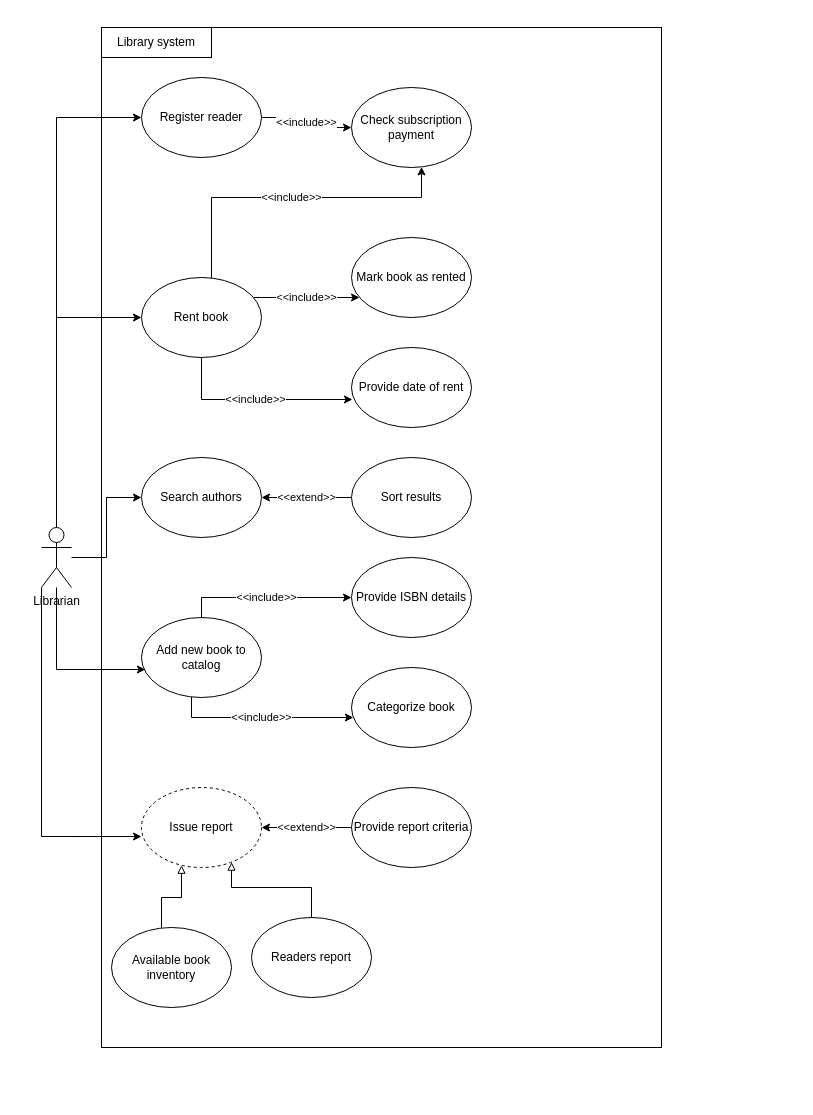
Earlier version of the draw.io diagram lab-01/hss-lab-01.drawio (ivanchuchulski/highly-secure-software). Source tidied: cells renumbered, new cells numbered last; positions are measured from the earlier drawing's top-left corner, leaving out a move shared by most shapes. Both pictures are drawn from the tidied source at 100%, with x=0, y=0 at pixel (41, 27).
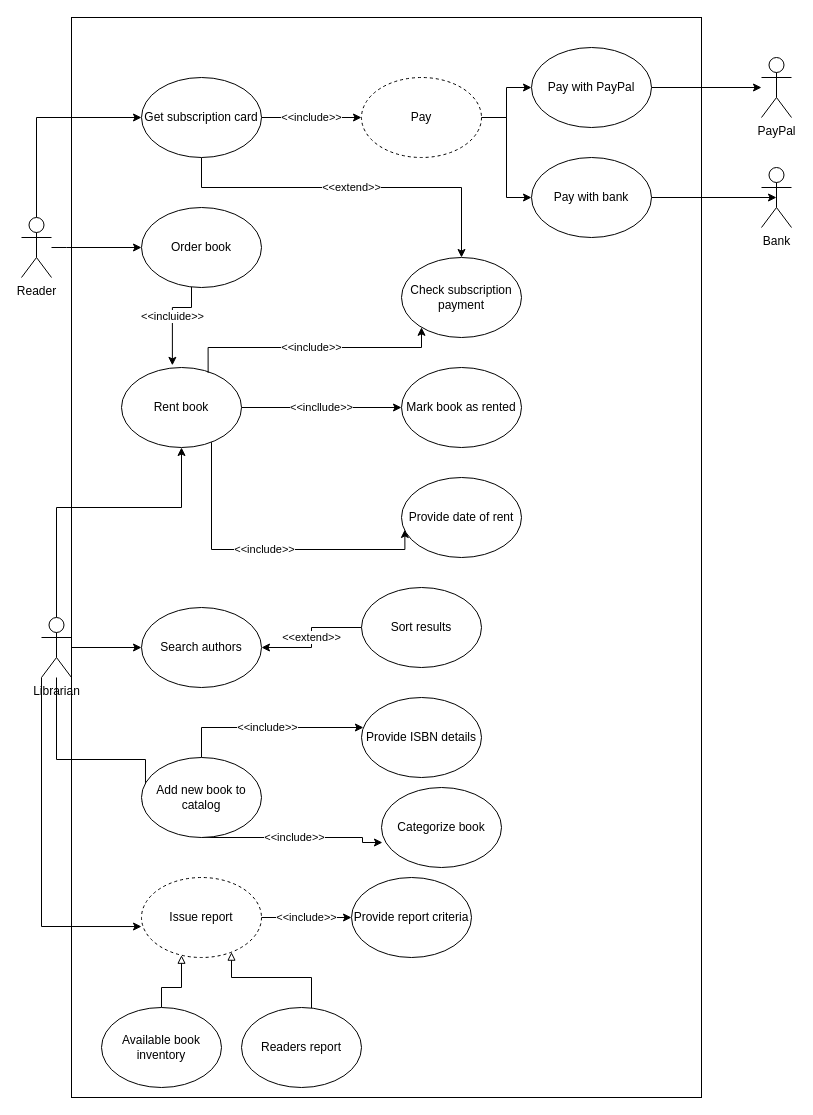
Above is the later version.

Commit message:
lab-01-improve use case diagram

add reader actor and his actions

The edit, as a diff of the source:
```diff
@@
-    <mxCell id="2" style="rounded=0;whiteSpace=wrap;html=1;" parent="1" vertex="1">
-      <mxGeometry x="60" width="560" height="1020" as="geometry" />
-    </mxCell>
+    <mxCell id="34" style="rounded=0;whiteSpace=wrap;html=1;strokeColor=default;" parent="1" vertex="1">
+      <mxGeometry x="30" y="-10" width="630" height="1080" as="geometry" />
+    </mxCell>
-    <mxCell id="3" value="&amp;lt;&amp;lt;include&amp;gt;&amp;gt;" style="edgeStyle=orthogonalEdgeStyle;rounded=0;jettySize=auto;html=1;" parent="1" edge="1" source="6" target="22">
-      <mxGeometry relative="1" as="geometry">
-        <Array as="points">
-          <mxPoint x="240" y="270" />
-          <mxPoint x="240" y="270" />
-        </Array>
-      </mxGeometry>
+    <mxCell id="3" value="&amp;lt;&amp;lt;incllude&amp;gt;&amp;gt;" style="edgeStyle=orthogonalEdgeStyle;rounded=0;jettySize=auto;html=1;endArrow=classic;endFill=1;" parent="1" edge="1" source="6" target="22">
+      <mxGeometry relative="1" as="geometry" />
     </mxCell>
-    <mxCell id="4" value="&amp;lt;&amp;lt;include&amp;gt;&amp;gt;" style="edgeStyle=orthogonalEdgeStyle;rounded=0;jettySize=auto;html=1;" parent="1" edge="1" source="6" target="28">
-      <mxGeometry relative="1" as="geometry">
-        <Array as="points">
-          <mxPoint x="170" y="170" />
-          <mxPoint x="380" y="170" />
-        </Array>
-      </mxGeometry>
-    </mxCell>
-    <mxCell id="5" value="&amp;lt;&amp;lt;include&amp;gt;&amp;gt;" style="edgeStyle=orthogonalEdgeStyle;rounded=0;jettySize=auto;html=1;entryX=0.008;entryY=0.65;entryDx=0;entryDy=0;entryPerimeter=0;" parent="1" edge="1" source="6" target="29">
+    <mxCell id="5" value="&amp;lt;&amp;lt;include&amp;gt;&amp;gt;" style="edgeStyle=orthogonalEdgeStyle;rounded=0;jettySize=auto;html=1;entryX=0.028;entryY=0.65;entryDx=0;entryDy=0;entryPerimeter=0;endArrow=classic;endFill=1;" parent="1" edge="1" source="6" target="29">
       <mxGeometry relative="1" as="geometry">
         <Array as="points">
-          <mxPoint x="160" y="372" />
+          <mxPoint x="170" y="522" />
         </Array>
       </mxGeometry>
     </mxCell>
     <mxCell id="6" value="Rent book" style="ellipse;whiteSpace=wrap;html=1;" parent="1" vertex="1">
-      <mxGeometry x="100" y="250" width="120" height="80" as="geometry" />
+      <mxGeometry x="80" y="340" width="120" height="80" as="geometry" />
     </mxCell>
-    <mxCell id="7" value="&amp;lt;&amp;lt;include&amp;gt;&amp;gt;" style="edgeStyle=orthogonalEdgeStyle;rounded=0;jettySize=auto;html=1;" parent="1" edge="1" source="8" target="28">
-      <mxGeometry relative="1" as="geometry" />
+    <mxCell id="7" value="&amp;lt;&amp;lt;include&amp;gt;&amp;gt;" style="edgeStyle=orthogonalEdgeStyle;rounded=0;jettySize=auto;html=1;exitX=0.722;exitY=0.067;exitDx=0;exitDy=0;exitPerimeter=0;" parent="1" edge="1" source="6" target="28">
+      <mxGeometry relative="1" as="geometry">
+        <Array as="points">
+          <mxPoint x="167" y="320" />
+          <mxPoint x="380" y="320" />
+        </Array>
+      </mxGeometry>
     </mxCell>
-    <mxCell id="8" value="Register reader" style="ellipse;whiteSpace=wrap;html=1;" parent="1" vertex="1">
-      <mxGeometry x="100" y="50" width="120" height="80" as="geometry" />
-    </mxCell>
-    <mxCell id="9" style="edgeStyle=orthogonalEdgeStyle;rounded=0;jettySize=auto;html=1;endArrow=classic;endFill=1;entryX=0;entryY=0.5;entryDx=0;entryDy=0;" parent="1" edge="1" source="14" target="8">
-      <mxGeometry relative="1" as="geometry">
-        <Array as="points">
-          <mxPoint x="15" y="90" />
-        </Array>
-      </mxGeometry>
-    </mxCell>
     <mxCell id="10" style="edgeStyle=orthogonalEdgeStyle;rounded=0;jettySize=auto;html=1;endArrow=classic;endFill=1;" parent="1" edge="1" source="14" target="6">
       <mxGeometry relative="1" as="geometry">
         <Array as="points">
-          <mxPoint x="15" y="290" />
+          <mxPoint x="15" y="480" />
         </Array>
       </mxGeometry>
     </mxCell>
@@
     <mxCell id="12" style="edgeStyle=orthogonalEdgeStyle;rounded=0;jettySize=auto;html=1;entryX=0.033;entryY=0.65;entryDx=0;entryDy=0;entryPerimeter=0;endArrow=classic;endFill=1;" parent="1" edge="1" source="14" target="21">
       <mxGeometry relative="1" as="geometry">
         <Array as="points">
-          <mxPoint x="15" y="642" />
+          <mxPoint x="15" y="732" />
         </Array>
       </mxGeometry>
     </mxCell>
     <mxCell id="13" style="edgeStyle=orthogonalEdgeStyle;rounded=0;jettySize=auto;html=1;entryX=0;entryY=0.613;entryDx=0;entryDy=0;entryPerimeter=0;endArrow=classic;endFill=1;" parent="1" edge="1" source="14" target="17">
       <mxGeometry relative="1" as="geometry">
         <Array as="points">
-          <mxPoint y="809" />
+          <mxPoint y="899" />
         </Array>
       </mxGeometry>
     </mxCell>
     <mxCell id="14" value="Librarian" style="shape=umlActor;verticalLabelPosition=bottom;verticalAlign=top;html=1;outlineConnect=0;" parent="1" vertex="1">
-      <mxGeometry y="500" width="30" height="60" as="geometry" />
+      <mxGeometry y="590" width="30" height="60" as="geometry" />
     </mxCell>
-    <mxCell id="15" value="&amp;lt;&amp;lt;extend&amp;gt;&amp;gt;" style="edgeStyle=orthogonalEdgeStyle;rounded=0;jettySize=auto;html=1;exitX=0;exitY=0.5;exitDx=0;exitDy=0;" parent="1" edge="1" source="18" target="17">
+    <mxCell id="15" value="&amp;lt;&amp;lt;include&amp;gt;&amp;gt;" style="edgeStyle=orthogonalEdgeStyle;rounded=0;jettySize=auto;html=1;entryX=0;entryY=0.5;entryDx=0;entryDy=0;" parent="1" edge="1" source="17" target="18">
       <mxGeometry relative="1" as="geometry" />
     </mxCell>
     <mxCell id="16" style="edgeStyle=orthogonalEdgeStyle;rounded=0;jettySize=auto;html=1;endArrow=block;endFill=0;" parent="1" edge="1" source="32" target="17">
       <mxGeometry relative="1" as="geometry">
         <Array as="points">
-          <mxPoint x="270" y="860" />
-          <mxPoint x="190" y="860" />
+          <mxPoint x="270" y="950" />
+          <mxPoint x="190" y="950" />
         </Array>
       </mxGeometry>
     </mxCell>
     <mxCell id="17" value="Issue report" style="ellipse;whiteSpace=wrap;html=1;dashed=1;" parent="1" vertex="1">
-      <mxGeometry x="100" y="760" width="120" height="80" as="geometry" />
+      <mxGeometry x="100" y="850" width="120" height="80" as="geometry" />
     </mxCell>
     <mxCell id="18" value="Provide report criteria" style="ellipse;whiteSpace=wrap;html=1;" parent="1" vertex="1">
-      <mxGeometry x="310" y="760" width="120" height="80" as="geometry" />
+      <mxGeometry x="310" y="850" width="120" height="80" as="geometry" />
     </mxCell>
     <mxCell id="19" value="&amp;lt;&amp;lt;include&amp;gt;&amp;gt;" style="edgeStyle=orthogonalEdgeStyle;rounded=0;jettySize=auto;html=1;" parent="1" edge="1" source="21" target="23">
       <mxGeometry relative="1" as="geometry">
         <Array as="points">
-          <mxPoint x="160" y="570" />
+          <mxPoint x="160" y="700" />
         </Array>
       </mxGeometry>
     </mxCell>
-    <mxCell id="20" value="&amp;lt;&amp;lt;include&amp;gt;&amp;gt;" style="edgeStyle=orthogonalEdgeStyle;rounded=0;jettySize=auto;html=1;" parent="1" edge="1" source="21" target="24">
+    <mxCell id="20" value="&amp;lt;&amp;lt;include&amp;gt;&amp;gt;" style="edgeStyle=orthogonalEdgeStyle;rounded=0;jettySize=auto;html=1;entryX=0.008;entryY=0.688;entryDx=0;entryDy=0;entryPerimeter=0;" parent="1" edge="1" source="21" target="24">
       <mxGeometry relative="1" as="geometry">
         <Array as="points">
-          <mxPoint x="150" y="690" />
+          <mxPoint x="321" y="810" />
         </Array>
       </mxGeometry>
     </mxCell>
     <mxCell id="21" value="Add new book to catalog" style="ellipse;whiteSpace=wrap;html=1;" parent="1" vertex="1">
-      <mxGeometry x="100" y="590" width="120" height="80" as="geometry" />
+      <mxGeometry x="100" y="730" width="120" height="80" as="geometry" />
     </mxCell>
     <mxCell id="22" value="Mark book as rented" style="ellipse;whiteSpace=wrap;html=1;" parent="1" vertex="1">
-      <mxGeometry x="310" y="210" width="120" height="80" as="geometry" />
+      <mxGeometry x="360" y="340" width="120" height="80" as="geometry" />
     </mxCell>
     <mxCell id="23" value="Provide ISBN details" style="ellipse;whiteSpace=wrap;html=1;" parent="1" vertex="1">
-      <mxGeometry x="310" y="530" width="120" height="80" as="geometry" />
+      <mxGeometry x="320" y="670" width="120" height="80" as="geometry" />
     </mxCell>
     <mxCell id="24" value="Categorize book" style="ellipse;whiteSpace=wrap;html=1;" parent="1" vertex="1">
-      <mxGeometry x="310" y="640" width="120" height="80" as="geometry" />
+      <mxGeometry x="340" y="760" width="120" height="80" as="geometry" />
     </mxCell>
@@
     <mxCell id="26" value="Search authors" style="ellipse;whiteSpace=wrap;html=1;" parent="1" vertex="1">
-      <mxGeometry x="100" y="430" width="120" height="80" as="geometry" />
+      <mxGeometry x="100" y="580" width="120" height="80" as="geometry" />
     </mxCell>
     <mxCell id="27" value="Sort results" style="ellipse;whiteSpace=wrap;html=1;" parent="1" vertex="1">
-      <mxGeometry x="310" y="430" width="120" height="80" as="geometry" />
+      <mxGeometry x="320" y="560" width="120" height="80" as="geometry" />
     </mxCell>
+    <mxCell id="35" value="&amp;lt;&amp;lt;extend&amp;gt;&amp;gt;" style="edgeStyle=orthogonalEdgeStyle;rounded=0;jettySize=auto;html=1;endArrow=classic;endFill=1;exitX=0.5;exitY=1;exitDx=0;exitDy=0;" parent="1" edge="1" source="40" target="28">
+      <mxGeometry relative="1" as="geometry">
+        <Array as="points">
+          <mxPoint x="160" y="160" />
+          <mxPoint x="420" y="160" />
+        </Array>
+      </mxGeometry>
+    </mxCell>
     <mxCell id="28" value="Check subscription payment" style="ellipse;whiteSpace=wrap;html=1;" parent="1" vertex="1">
-      <mxGeometry x="310" y="60" width="120" height="80" as="geometry" />
+      <mxGeometry x="360" y="230" width="120" height="80" as="geometry" />
     </mxCell>
     <mxCell id="29" value="Provide date of rent" style="ellipse;whiteSpace=wrap;html=1;" parent="1" vertex="1">
-      <mxGeometry x="310" y="320" width="120" height="80" as="geometry" />
+      <mxGeometry x="360" y="450" width="120" height="80" as="geometry" />
     </mxCell>
     <mxCell id="30" style="edgeStyle=orthogonalEdgeStyle;rounded=0;jettySize=auto;html=1;endArrow=block;endFill=0;" parent="1" edge="1" source="31" target="17">
       <mxGeometry relative="1" as="geometry">
         <Array as="points">
-          <mxPoint x="120" y="870" />
-          <mxPoint x="140" y="870" />
+          <mxPoint x="120" y="960" />
+          <mxPoint x="140" y="960" />
         </Array>
       </mxGeometry>
     </mxCell>
     <mxCell id="31" value="Available book inventory" style="ellipse;whiteSpace=wrap;html=1;" parent="1" vertex="1">
-      <mxGeometry x="70" y="900" width="120" height="80" as="geometry" />
+      <mxGeometry x="60" y="980" width="120" height="80" as="geometry" />
     </mxCell>
     <mxCell id="32" value="Readers report" style="ellipse;whiteSpace=wrap;html=1;" parent="1" vertex="1">
-      <mxGeometry x="210" y="890" width="120" height="80" as="geometry" />
+      <mxGeometry x="200" y="980" width="120" height="80" as="geometry" />
     </mxCell>
-    <mxCell id="33" value="Library system" style="text;html=1;strokeColor=default;fillColor=none;align=center;verticalAlign=middle;whiteSpace=wrap;rounded=0;" parent="1" vertex="1">
-      <mxGeometry x="60" width="110" height="30" as="geometry" />
-    </mxCell>
+    <mxCell id="36" style="edgeStyle=orthogonalEdgeStyle;rounded=0;jettySize=auto;html=1;entryX=0;entryY=0.5;entryDx=0;entryDy=0;endArrow=classic;endFill=1;" parent="1" edge="1" source="38" target="40">
+      <mxGeometry relative="1" as="geometry">
+        <Array as="points">
+          <mxPoint x="-5" y="90" />
+        </Array>
+      </mxGeometry>
+    </mxCell>
+    <mxCell id="37" style="edgeStyle=orthogonalEdgeStyle;rounded=0;jettySize=auto;html=1;endArrow=classic;endFill=1;" parent="1" edge="1" source="38" target="51">
+      <mxGeometry relative="1" as="geometry">
+        <Array as="points">
+          <mxPoint x="25" y="220" />
+        </Array>
+      </mxGeometry>
+    </mxCell>
+    <mxCell id="38" value="Reader" style="shape=umlActor;verticalLabelPosition=bottom;verticalAlign=top;html=1;outlineConnect=0;" parent="1" vertex="1">
+      <mxGeometry x="-20" y="190" width="30" height="60" as="geometry" />
+    </mxCell>
+    <mxCell id="39" value="&amp;lt;&amp;lt;include&amp;gt;&amp;gt;" style="edgeStyle=orthogonalEdgeStyle;rounded=0;jettySize=auto;html=1;endArrow=classic;endFill=1;" parent="1" edge="1" source="40" target="43">
+      <mxGeometry relative="1" as="geometry" />
+    </mxCell>
+    <mxCell id="40" value="Get subscription card" style="ellipse;whiteSpace=wrap;html=1;" parent="1" vertex="1">
+      <mxGeometry x="100" y="50" width="120" height="80" as="geometry" />
+    </mxCell>
+    <mxCell id="41" style="edgeStyle=orthogonalEdgeStyle;rounded=0;jettySize=auto;html=1;endArrow=classic;endFill=1;" parent="1" edge="1" source="43" target="46">
+      <mxGeometry relative="1" as="geometry" />
+    </mxCell>
+    <mxCell id="42" style="edgeStyle=orthogonalEdgeStyle;rounded=0;jettySize=auto;html=1;endArrow=classic;endFill=1;" parent="1" edge="1" source="43" target="48">
+      <mxGeometry relative="1" as="geometry" />
+    </mxCell>
+    <mxCell id="43" value="Pay" style="ellipse;whiteSpace=wrap;html=1;strokeColor=default;dashed=1;" parent="1" vertex="1">
+      <mxGeometry x="320" y="50" width="120" height="80" as="geometry" />
+    </mxCell>
+    <mxCell id="44" value="Bank" style="shape=umlActor;verticalLabelPosition=bottom;verticalAlign=top;html=1;outlineConnect=0;" parent="1" vertex="1">
+      <mxGeometry x="720" y="140" width="30" height="60" as="geometry" />
+    </mxCell>
+    <mxCell id="45" style="edgeStyle=orthogonalEdgeStyle;rounded=0;jettySize=auto;html=1;endArrow=classic;endFill=1;" parent="1" edge="1" source="46" target="49">
+      <mxGeometry relative="1" as="geometry" />
+    </mxCell>
+    <mxCell id="46" value="Pay with PayPal" style="ellipse;whiteSpace=wrap;html=1;" parent="1" vertex="1">
+      <mxGeometry x="490" y="20" width="120" height="80" as="geometry" />
+    </mxCell>
+    <mxCell id="47" style="edgeStyle=orthogonalEdgeStyle;rounded=0;jettySize=auto;html=1;entryX=0.5;entryY=0.5;entryDx=0;entryDy=0;entryPerimeter=0;endArrow=classic;endFill=1;" parent="1" edge="1" source="48" target="44">
+      <mxGeometry relative="1" as="geometry" />
+    </mxCell>
+    <mxCell id="48" value="Pay with bank" style="ellipse;whiteSpace=wrap;html=1;" parent="1" vertex="1">
+      <mxGeometry x="490" y="130" width="120" height="80" as="geometry" />
+    </mxCell>
+    <mxCell id="49" value="PayPal" style="shape=umlActor;verticalLabelPosition=bottom;verticalAlign=top;html=1;outlineConnect=0;" parent="1" vertex="1">
+      <mxGeometry x="720" y="30" width="30" height="60" as="geometry" />
+    </mxCell>
+    <mxCell id="50" value="&amp;lt;&amp;lt;incluide&amp;gt;&amp;gt;" style="edgeStyle=orthogonalEdgeStyle;rounded=0;jettySize=auto;html=1;entryX=0.424;entryY=-0.027;entryDx=0;entryDy=0;endArrow=classic;endFill=1;entryPerimeter=0;" parent="1" edge="1" source="51" target="6">
+      <mxGeometry relative="1" as="geometry">
+        <Array as="points">
+          <mxPoint x="150" y="280" />
+          <mxPoint x="131" y="280" />
+        </Array>
+      </mxGeometry>
+    </mxCell>
+    <mxCell id="51" value="Order book" style="ellipse;whiteSpace=wrap;html=1;" parent="1" vertex="1">
+      <mxGeometry x="100" y="180" width="120" height="80" as="geometry" />
+    </mxCell>
```
